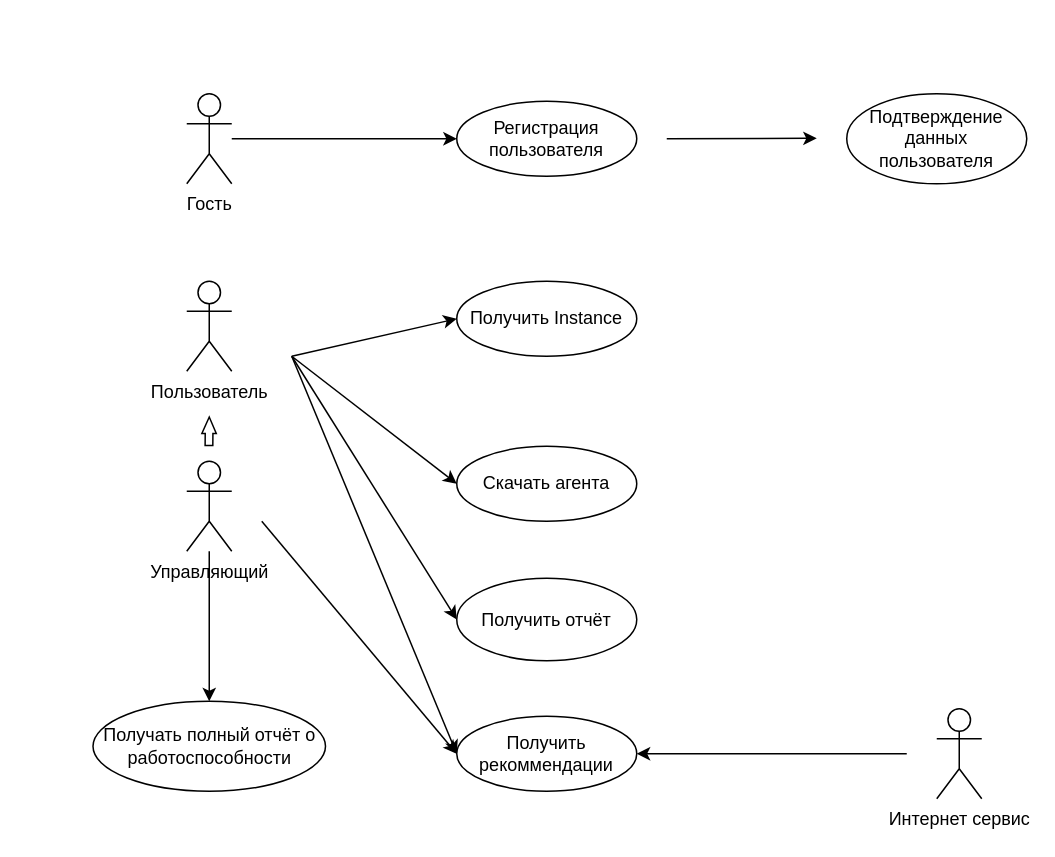
The draw.io diagram СТАРИС/schme.drawio in ARTSXXX/STUDY, before the edit. Source tidied: cells renumbered, new cells numbered last; positions are measured from the earlier drawing's top-left corner, leaving out a move shared by most shapes. Both pictures are drawn from the tidied source at 150%, with x=0, y=0 at pixel (93, 93).
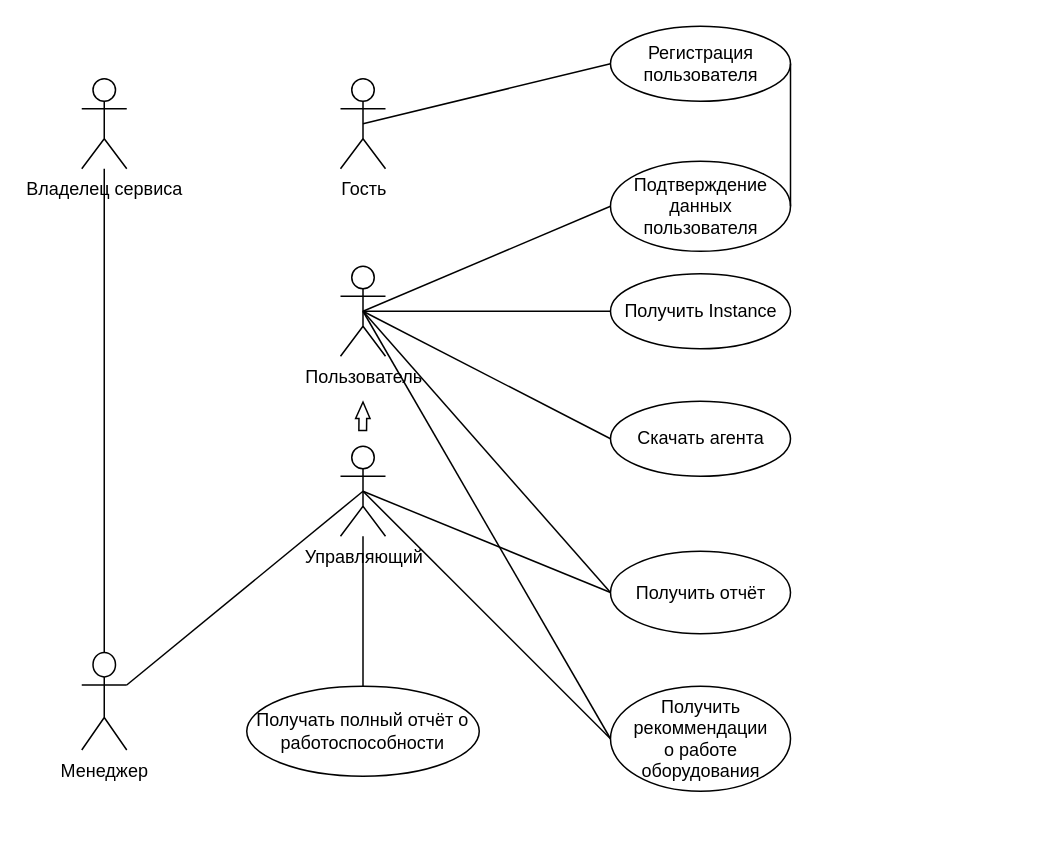
Above is the later version.

Change to the diagram source:
```diff
@@
     <mxCell id="2" value="Гость&lt;br&gt;" style="shape=umlActor;verticalLabelPosition=bottom;verticalAlign=top;html=1;outlineConnect=0;" parent="1" vertex="1">
-      <mxGeometry x="62" width="30" height="60" as="geometry" />
+      <mxGeometry x="164.5" y="-10" width="30" height="60" as="geometry" />
     </mxCell>
-    <mxCell id="3" style="endArrow=classic;html=1;rounded=0;entryX=0;entryY=0.5;entryDx=0;entryDy=0;" parent="1" edge="1" target="4">
-      <mxGeometry relative="1" as="geometry">
-        <mxPoint x="92" y="30" as="sourcePoint" />
-      </mxGeometry>
-    </mxCell>
     <mxCell id="4" value="Регистрация пользователя" style="ellipse;whiteSpace=wrap;html=1;" parent="1" vertex="1">
-      <mxGeometry x="242" y="5" width="120" height="50" as="geometry" />
+      <mxGeometry x="344.5" y="-45" width="120" height="50" as="geometry" />
     </mxCell>
     <mxCell id="5" value="Подтверждение данных пользователя" style="ellipse;whiteSpace=wrap;html=1;" parent="1" vertex="1">
-      <mxGeometry x="502" width="120" height="60" as="geometry" />
+      <mxGeometry x="344.5" y="45" width="120" height="60" as="geometry" />
     </mxCell>
     <mxCell id="6" value="Пользователь&lt;br&gt;" style="shape=umlActor;verticalLabelPosition=bottom;verticalAlign=top;html=1;outlineConnect=0;" parent="1" vertex="1">
-      <mxGeometry x="62" y="125" width="30" height="60" as="geometry" />
+      <mxGeometry x="164.5" y="115" width="30" height="60" as="geometry" />
     </mxCell>
     <mxCell id="7" value="Получить Instance" style="ellipse;whiteSpace=wrap;html=1;" parent="1" vertex="1">
-      <mxGeometry x="242" y="125" width="120" height="50" as="geometry" />
+      <mxGeometry x="344.5" y="120" width="120" height="50" as="geometry" />
     </mxCell>
     <mxCell id="8" value="Скачать агента" style="ellipse;whiteSpace=wrap;html=1;" parent="1" vertex="1">
-      <mxGeometry x="242" y="235" width="120" height="50" as="geometry" />
+      <mxGeometry x="344.5" y="205" width="120" height="50" as="geometry" />
     </mxCell>
     <mxCell id="9" value="Получить отчёт" style="ellipse;whiteSpace=wrap;html=1;" parent="1" vertex="1">
-      <mxGeometry x="242" y="323" width="120" height="55" as="geometry" />
+      <mxGeometry x="344.5" y="305" width="120" height="55" as="geometry" />
     </mxCell>
-    <mxCell id="10" value="Получить рекоммендации" style="ellipse;whiteSpace=wrap;html=1;" parent="1" vertex="1">
-      <mxGeometry x="242" y="415" width="120" height="50" as="geometry" />
+    <mxCell id="10" value="Получить рекоммендации&lt;br&gt;о работе оборудования" style="ellipse;whiteSpace=wrap;html=1;" parent="1" vertex="1">
+      <mxGeometry x="344.5" y="395" width="120" height="70" as="geometry" />
     </mxCell>
     <mxCell id="11" value="Управляющий&lt;br&gt;&lt;br&gt;" style="shape=umlActor;verticalLabelPosition=bottom;verticalAlign=top;html=1;outlineConnect=0;" parent="1" vertex="1">
-      <mxGeometry x="62" y="245" width="30" height="60" as="geometry" />
+      <mxGeometry x="164.5" y="235" width="30" height="60" as="geometry" />
     </mxCell>
     <mxCell id="12" style="shape=flexArrow;endArrow=classic;html=1;rounded=0;endWidth=3.4782608695652177;endSize=3.3333333333333335;width=5.128205128205129;" parent="1" edge="1">
       <mxGeometry relative="1" as="geometry">
-        <mxPoint x="76.8" y="235" as="sourcePoint" />
-        <mxPoint x="77" y="215" as="targetPoint" />
+        <mxPoint x="179.3" y="225" as="sourcePoint" />
+        <mxPoint x="179.5" y="205" as="targetPoint" />
       </mxGeometry>
     </mxCell>
     <mxCell id="13" value="Получать полный отчёт о работоспособности" style="ellipse;whiteSpace=wrap;html=1;" parent="1" vertex="1">
-      <mxGeometry x="-0.5" y="405" width="155" height="60" as="geometry" />
+      <mxGeometry x="102" y="395" width="155" height="60" as="geometry" />
     </mxCell>
-    <mxCell id="14" value="Интернет сервис&lt;br&gt;" style="shape=umlActor;verticalLabelPosition=bottom;verticalAlign=top;html=1;outlineConnect=0;" parent="1" vertex="1">
-      <mxGeometry x="562" y="410" width="30" height="60" as="geometry" />
+    <mxCell id="14" value="Менеджер" style="shape=umlActor;verticalLabelPosition=bottom;verticalAlign=top;html=1;outlineConnect=0;" parent="1" vertex="1">
+      <mxGeometry x="-8" y="372.5" width="30" height="65" as="geometry" />
     </mxCell>
-    <mxCell id="15" style="endArrow=classic;html=1;rounded=0;entryX=1;entryY=0.5;entryDx=0;entryDy=0;" parent="1" edge="1" target="10">
-      <mxGeometry relative="1" as="geometry">
-        <mxPoint x="542" y="440" as="sourcePoint" />
-      </mxGeometry>
-    </mxCell>
-    <mxCell id="16" style="endArrow=classic;html=1;rounded=0;entryX=0;entryY=0.5;entryDx=0;entryDy=0;" parent="1" edge="1" target="7">
-      <mxGeometry relative="1" as="geometry">
-        <mxPoint x="132" y="175" as="sourcePoint" />
-      </mxGeometry>
-    </mxCell>
-    <mxCell id="17" style="endArrow=classic;html=1;rounded=0;entryX=0;entryY=0.5;entryDx=0;entryDy=0;" parent="1" edge="1" target="10">
-      <mxGeometry relative="1" as="geometry">
-        <mxPoint x="132" y="175" as="sourcePoint" />
-      </mxGeometry>
-    </mxCell>
-    <mxCell id="18" style="endArrow=classic;html=1;rounded=0;entryX=0;entryY=0.5;entryDx=0;entryDy=0;" parent="1" edge="1" target="8">
-      <mxGeometry relative="1" as="geometry">
-        <mxPoint x="132" y="175" as="sourcePoint" />
-      </mxGeometry>
-    </mxCell>
-    <mxCell id="19" style="endArrow=classic;html=1;rounded=0;entryX=0;entryY=0.5;entryDx=0;entryDy=0;" parent="1" edge="1" target="9">
-      <mxGeometry relative="1" as="geometry">
-        <mxPoint x="132" y="175" as="sourcePoint" />
-      </mxGeometry>
-    </mxCell>
-    <mxCell id="20" style="endArrow=classic;html=1;rounded=0;entryX=0.5;entryY=0;entryDx=0;entryDy=0;" parent="1" edge="1" source="11" target="13">
-      <mxGeometry relative="1" as="geometry" />
-    </mxCell>
-    <mxCell id="21" style="endArrow=classic;html=1;rounded=0;entryX=0;entryY=0.5;entryDx=0;entryDy=0;" parent="1" edge="1" target="10">
-      <mxGeometry relative="1" as="geometry">
-        <mxPoint x="112" y="285" as="sourcePoint" />
-      </mxGeometry>
-    </mxCell>
-    <mxCell id="22" style="endArrow=classic;html=1;rounded=0;" parent="1" edge="1">
-      <mxGeometry relative="1" as="geometry">
-        <mxPoint x="382" y="30" as="sourcePoint" />
-        <mxPoint x="482" y="29.7" as="targetPoint" />
-      </mxGeometry>
-    </mxCell>
+    <mxCell id="23" style="endArrow=none;html=1;rounded=0;entryX=0;entryY=0.5;entryDx=0;entryDy=0;exitX=0.5;exitY=0.5;exitDx=0;exitDy=0;exitPerimeter=0;" parent="1" edge="1" source="2" target="4">
+      <mxGeometry relative="1" as="geometry" />
+    </mxCell>
+    <mxCell id="24" style="endArrow=none;html=1;rounded=0;entryX=1;entryY=0.5;entryDx=0;entryDy=0;exitX=1;exitY=0.5;exitDx=0;exitDy=0;" parent="1" edge="1" source="4" target="5">
+      <mxGeometry relative="1" as="geometry" />
+    </mxCell>
+    <mxCell id="25" style="endArrow=none;html=1;rounded=0;entryX=0;entryY=0.5;entryDx=0;entryDy=0;exitX=0.5;exitY=0.5;exitDx=0;exitDy=0;exitPerimeter=0;" parent="1" edge="1" source="6" target="7">
+      <mxGeometry relative="1" as="geometry" />
+    </mxCell>
+    <mxCell id="26" style="endArrow=none;html=1;rounded=0;exitX=0.5;exitY=0.5;exitDx=0;exitDy=0;exitPerimeter=0;entryX=0;entryY=0.5;entryDx=0;entryDy=0;" parent="1" edge="1" source="6" target="5">
+      <mxGeometry relative="1" as="geometry" />
+    </mxCell>
+    <mxCell id="27" style="endArrow=none;html=1;rounded=0;exitX=0.5;exitY=0.5;exitDx=0;exitDy=0;exitPerimeter=0;entryX=0;entryY=0.5;entryDx=0;entryDy=0;" parent="1" edge="1" source="6" target="8">
+      <mxGeometry relative="1" as="geometry" />
+    </mxCell>
+    <mxCell id="28" style="endArrow=none;html=1;rounded=0;exitX=0.5;exitY=0.5;exitDx=0;exitDy=0;exitPerimeter=0;entryX=0;entryY=0.5;entryDx=0;entryDy=0;" parent="1" edge="1" source="6" target="9">
+      <mxGeometry relative="1" as="geometry" />
+    </mxCell>
+    <mxCell id="29" style="endArrow=none;html=1;rounded=0;exitX=0.5;exitY=0.5;exitDx=0;exitDy=0;exitPerimeter=0;entryX=0;entryY=0.5;entryDx=0;entryDy=0;" parent="1" edge="1" source="6" target="10">
+      <mxGeometry relative="1" as="geometry" />
+    </mxCell>
+    <mxCell id="30" style="endArrow=none;html=1;rounded=0;exitX=0.5;exitY=0.5;exitDx=0;exitDy=0;exitPerimeter=0;entryX=0;entryY=0.5;entryDx=0;entryDy=0;" parent="1" edge="1" source="11" target="9">
+      <mxGeometry relative="1" as="geometry" />
+    </mxCell>
+    <mxCell id="31" style="endArrow=none;html=1;rounded=0;exitX=0.5;exitY=0;exitDx=0;exitDy=0;" parent="1" edge="1" source="13" target="11">
+      <mxGeometry relative="1" as="geometry" />
+    </mxCell>
+    <mxCell id="32" style="endArrow=none;html=1;rounded=0;exitX=0.5;exitY=0.5;exitDx=0;exitDy=0;exitPerimeter=0;entryX=0;entryY=0.5;entryDx=0;entryDy=0;" parent="1" edge="1" source="11" target="10">
+      <mxGeometry relative="1" as="geometry" />
+    </mxCell>
+    <mxCell id="33" value="Владелец сервиса" style="shape=umlActor;verticalLabelPosition=bottom;verticalAlign=top;html=1;outlineConnect=0;" parent="1" vertex="1">
+      <mxGeometry x="-8" y="-10" width="30" height="60" as="geometry" />
+    </mxCell>
+    <mxCell id="34" style="endArrow=none;html=1;rounded=0;exitX=0.5;exitY=0;exitDx=0;exitDy=0;exitPerimeter=0;" parent="1" edge="1" source="14" target="33">
+      <mxGeometry relative="1" as="geometry" />
+    </mxCell>
+    <mxCell id="35" style="endArrow=none;html=1;rounded=0;exitX=1;exitY=0.3333333333333333;exitDx=0;exitDy=0;exitPerimeter=0;entryX=0.5;entryY=0.5;entryDx=0;entryDy=0;entryPerimeter=0;" parent="1" edge="1" source="14" target="11">
+      <mxGeometry relative="1" as="geometry" />
+    </mxCell>
```
